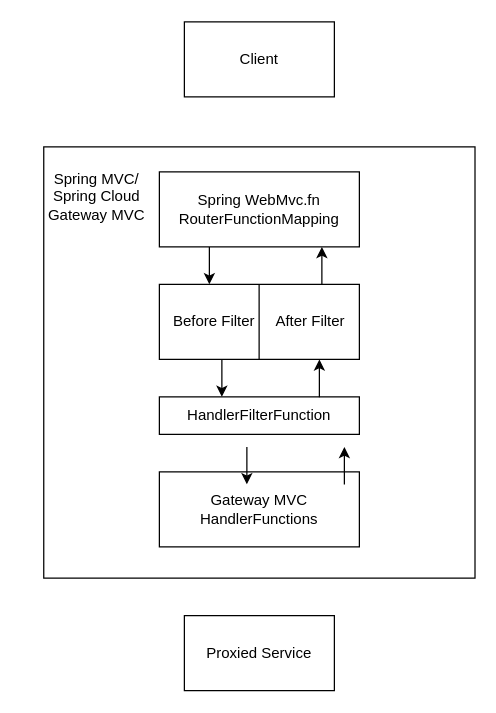
Before: Unbenanntes Diagramm.drawio in webdevelop25-creator/verlag, a draw.io diagram. Source tidied: cells renumbered, new cells numbered last; positions are measured from the earlier drawing's top-left corner, leaving out a move shared by most shapes. Both pictures are drawn from the tidied source at 125%, with x=0, y=0 at pixel (21, 21).
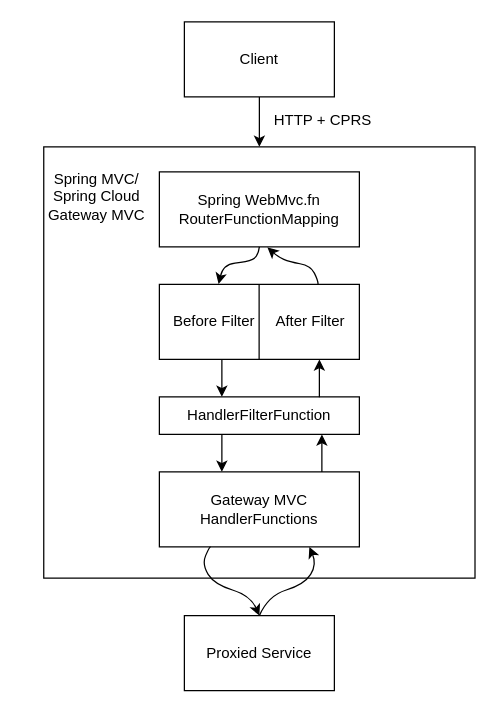
The same diagram, later.

Unchanged cells that the change refers to:
```xml
<mxCell id="2" value="Client" style="rounded=0;whiteSpace=wrap;html=1;" parent="1" vertex="1">
  <mxGeometry x="130" width="120" height="60" as="geometry" />
</mxCell>
<mxCell id="3" style="whiteSpace=wrap;html=1;" parent="1" vertex="1">
  <mxGeometry x="17.5" y="100" width="345" height="345" as="geometry" />
</mxCell>
<mxCell id="5" value="Spring WebMvc.fn&lt;div&gt;RouterFunctionMapping&lt;/div&gt;" style="rounded=0;whiteSpace=wrap;html=1;" parent="1" vertex="1">
  <mxGeometry x="110" y="120" width="160" height="60" as="geometry" />
</mxCell>
<mxCell id="6" value="Before Filter&amp;nbsp; &amp;nbsp; &amp;nbsp;After Filter" style="rounded=0;whiteSpace=wrap;html=1;" parent="1" vertex="1">
  <mxGeometry x="110" y="210" width="160" height="60" as="geometry" />
</mxCell>
<mxCell id="8" value="Gateway MVC HandlerFunctions" style="rounded=0;whiteSpace=wrap;html=1;" parent="1" vertex="1">
  <mxGeometry x="110" y="360" width="160" height="60" as="geometry" />
</mxCell>
<mxCell id="9" value="Proxied Service" style="rounded=0;whiteSpace=wrap;html=1;" parent="1" vertex="1">
  <mxGeometry x="130" y="475" width="120" height="60" as="geometry" />
</mxCell>
```

What changed in the source:
```diff
@@
+    <mxCell id="17" style="edgeStyle=orthogonalEdgeStyle;rounded=1;jettySize=auto;html=1;entryX=0.5;entryY=0;entryDx=0;entryDy=0;exitX=0.5;exitY=1;exitDx=0;exitDy=0;curved=0;" parent="1" edge="1" source="2" target="3">
+      <mxGeometry relative="1" as="geometry" />
+    </mxCell>
@@
-    <mxCell id="4" style="edgeStyle=orthogonalEdgeStyle;rounded=0;jettySize=auto;html=1;exitX=0.25;exitY=1;exitDx=0;exitDy=0;entryX=0.25;entryY=0;entryDx=0;entryDy=0;" parent="1" edge="1" source="5" target="6">
-      <mxGeometry relative="1" as="geometry" />
-    </mxCell>
@@
-    <mxCell id="12" style="edgeStyle=orthogonalEdgeStyle;rounded=0;orthogonalLoop=1;jettySize=auto;html=1;exitX=0.5;exitY=1;exitDx=0;exitDy=0;" parent="1" edge="1">
-      <mxGeometry relative="1" as="geometry">
-        <mxPoint x="240" y="210" as="sourcePoint" />
-        <mxPoint x="240" y="180" as="targetPoint" />
-        <Array as="points">
-          <mxPoint x="240" y="180" />
-        </Array>
-      </mxGeometry>
-    </mxCell>
@@
     <mxCell id="15" style="edgeStyle=orthogonalEdgeStyle;rounded=0;orthogonalLoop=1;jettySize=auto;html=1;exitX=0.25;exitY=1;exitDx=0;exitDy=0;entryX=0.25;entryY=0;entryDx=0;entryDy=0;" parent="1" edge="1">
       <mxGeometry relative="1" as="geometry">
-        <mxPoint x="180" y="340" as="sourcePoint" />
-        <mxPoint x="180" y="370" as="targetPoint" />
+        <mxPoint x="160" y="330" as="sourcePoint" />
+        <mxPoint x="160" y="360" as="targetPoint" />
       </mxGeometry>
     </mxCell>
     <mxCell id="16" style="edgeStyle=orthogonalEdgeStyle;rounded=0;orthogonalLoop=1;jettySize=auto;html=1;exitX=0.802;exitY=0.01;exitDx=0;exitDy=0;exitPerimeter=0;" parent="1" edge="1">
       <mxGeometry relative="1" as="geometry">
-        <mxPoint x="258" y="370" as="sourcePoint" />
-        <mxPoint x="258" y="340" as="targetPoint" />
+        <mxPoint x="240" y="360" as="sourcePoint" />
+        <mxPoint x="240" y="330" as="targetPoint" />
         <Array as="points">
-          <mxPoint x="258" y="340" />
+          <mxPoint x="240" y="330" />
         </Array>
       </mxGeometry>
     </mxCell>
+    <mxCell id="18" style="curved=1;endArrow=classic;html=1;rounded=0;entryX=0.5;entryY=0;entryDx=0;entryDy=0;" parent="1" edge="1" target="9">
+      <mxGeometry relative="1" as="geometry">
+        <mxPoint x="151" y="420" as="sourcePoint" />
+        <Array as="points">
+          <mxPoint x="150" y="420" />
+          <mxPoint x="144" y="434" />
+          <mxPoint x="154" y="450" />
+          <mxPoint x="183" y="459" />
+        </Array>
+      </mxGeometry>
+    </mxCell>
+    <mxCell id="19" style="curved=1;endArrow=classic;html=1;rounded=0;entryX=0.755;entryY=0.995;entryDx=0;entryDy=0;exitX=0.304;exitY=0.998;exitDx=0;exitDy=0;exitPerimeter=0;entryPerimeter=0;" parent="1" edge="1" target="8">
+      <mxGeometry relative="1" as="geometry">
+        <mxPoint x="190" y="475" as="sourcePoint" />
+        <Array as="points">
+          <mxPoint x="197" y="459" />
+          <mxPoint x="226" y="450" />
+          <mxPoint x="236" y="434" />
+          <mxPoint x="230" y="420" />
+        </Array>
+      </mxGeometry>
+    </mxCell>
+    <mxCell id="4" style="curved=1;endArrow=classic;html=1;rounded=0;entryX=0.296;entryY=-0.004;entryDx=0;entryDy=0;exitX=0.5;exitY=1;exitDx=0;exitDy=0;entryPerimeter=0;" parent="1" edge="1" source="5" target="6">
+      <mxGeometry relative="1" as="geometry">
+        <Array as="points">
+          <mxPoint x="189" y="188" />
+          <mxPoint x="180" y="192" />
+          <mxPoint x="161" y="194" />
+        </Array>
+      </mxGeometry>
+    </mxCell>
+    <mxCell id="20" style="curved=1;endArrow=classic;html=1;rounded=0;entryX=0.54;entryY=1.006;entryDx=0;entryDy=0;exitX=0.5;exitY=1;exitDx=0;exitDy=0;entryPerimeter=0;" parent="1" edge="1" target="5">
+      <mxGeometry relative="1" as="geometry">
+        <mxPoint x="237" y="210" as="sourcePoint" />
+        <Array as="points">
+          <mxPoint x="237" y="207" />
+          <mxPoint x="231" y="195" />
+          <mxPoint x="214" y="192" />
+          <mxPoint x="205" y="188" />
+        </Array>
+      </mxGeometry>
+    </mxCell>
+    <mxCell id="21" value="HTTP + CPRS" style="rounded=0;whiteSpace=wrap;html=1;fillColor=none;strokeColor=none;" parent="1" vertex="1">
+      <mxGeometry x="181" y="49" width="120" height="60" as="geometry" />
+    </mxCell>
```
